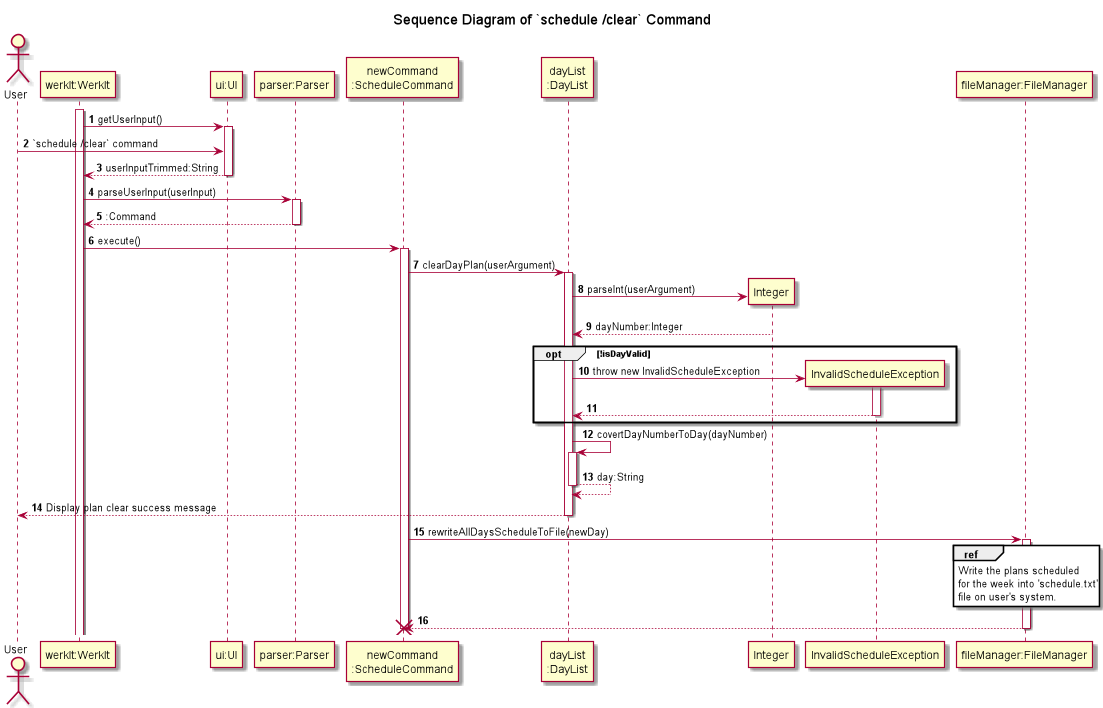
Above: docs/uml/sequenceDiagrams/schedule/images/clearSchedule.png in nus-cs2113-AY2122S2/tp (PlantUML), before the change.
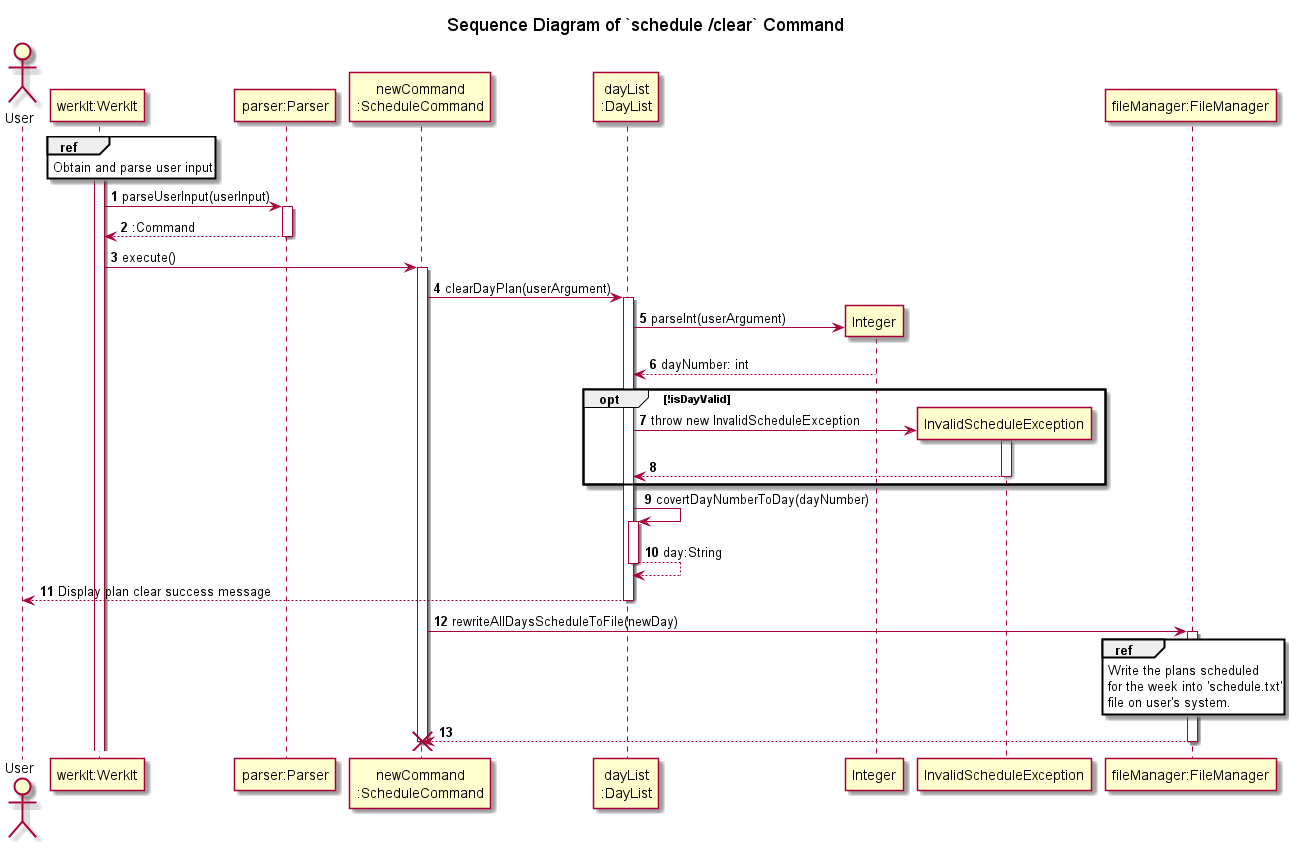
The same file after the commit.

Diff of the diagram source:
```diff
@@ -1,5 +1,5 @@
 @startuml
-!include ../Style.puml
+!include ../../Style.puml
 
 autonumber
 
@@ -7,18 +7,15 @@
 
 actor   User
 participant "werkIt:WerkIt" AS WerkIt
-participant "ui:UI" AS UI1
 participant "parser:Parser" AS Parser
 participant "newCommand\n:ScheduleCommand" AS newCommand
 participant "dayList\n:DayList" AS DayList
 
 
 activate WerkIt
-WerkIt -> UI1 : getUserInput()
-activate UI1
-User -> UI1 : `schedule /clear` command
-WerkIt <-- UI1 : userInputTrimmed:String
-deactivate UI1
+ref over WerkIt
+Obtain and parse user input
+end
 
 WerkIt -> Parser : parseUserInput(userInput)
 activate Parser
@@ -32,7 +29,7 @@
 activate DayList
 create "Integer" AS int
 DayList -> int: parseInt(userArgument)
-DayList <-- int : dayNumber:Integer
+DayList <-- int : dayNumber: int
 
 create InvalidScheduleException AS ise
 opt !isDayValid
@@ -46,6 +43,7 @@
 return day:String
 DayList --> User : Display plan clear success message
 deactivate DayList
+
 participant "fileManager:FileManager" as FileManager
 newCommand -> FileManager : rewriteAllDaysScheduleToFile(newDay)
 activate FileManager
```
